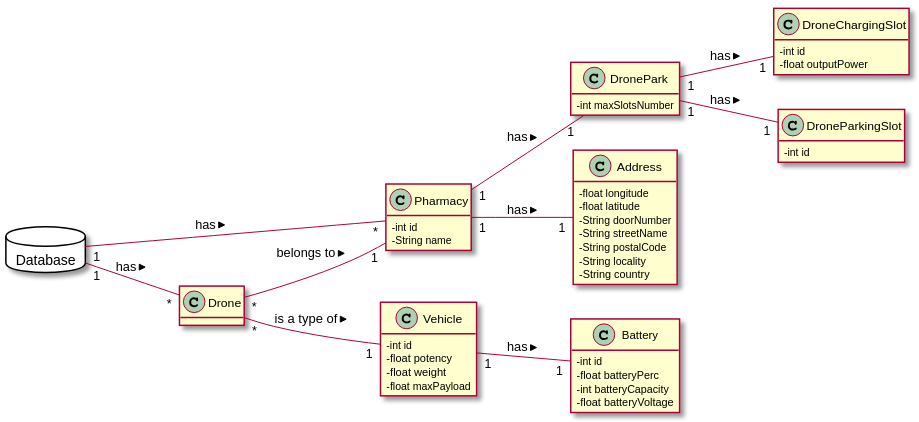
tiagoavcosta25/LAPR3 keeps this PlantUML diagram as docs/Iteration 2/Drone Management/US194_RemoveDrone/US194_DM.svg. Above is the earlier version.
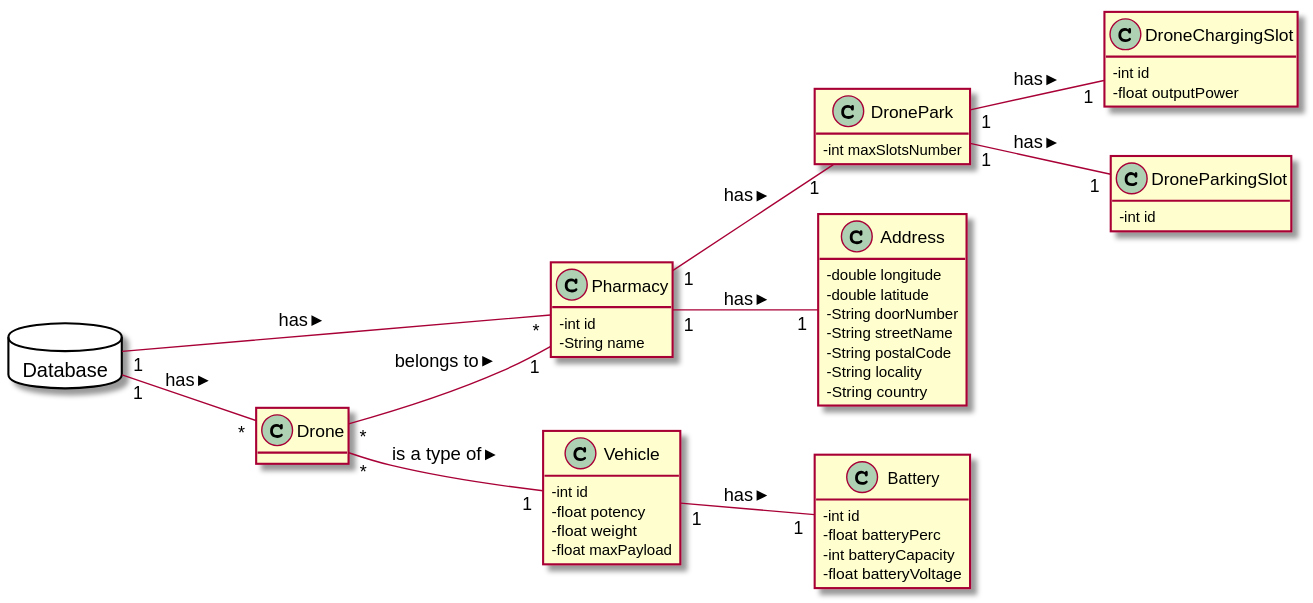
After the change.

Commit message:
LAPR2AP2-263 #fixing Remove Drone [Analysis]

Change to the diagram source:
```diff
@@ -42,8 +42,8 @@
 }
 
 class Address{
-  -float longitude
-  -float latitude
+  -double longitude
+  -double latitude
   -String doorNumber
   -String streetName
   -String postalCode
```
